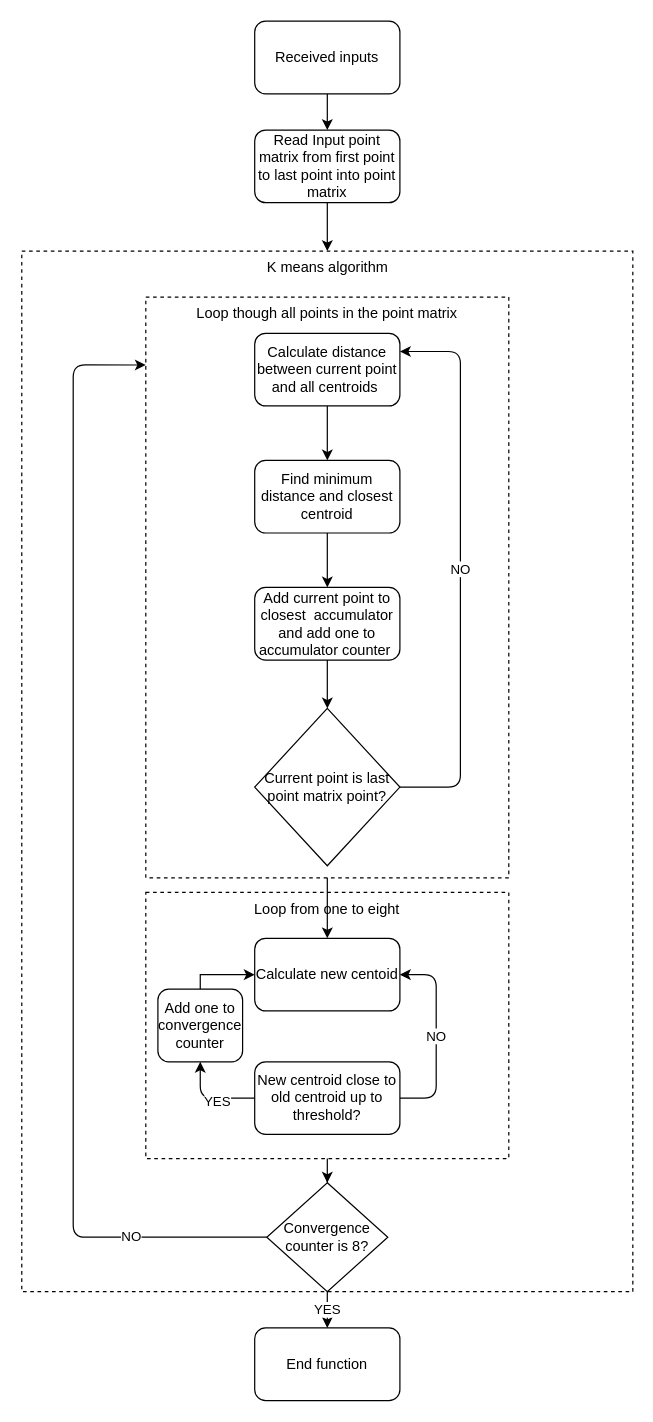
liotahuf/UVM_project keeps this draw.io diagram as ref model flow.drawio. Above is the earlier version. Source tidied: cells renumbered, new cells numbered last; positions are measured from the earlier drawing's top-left corner, leaving out a move shared by most shapes. Both pictures are drawn from the tidied source at 121%, with x=0, y=0 at pixel (22, 21).
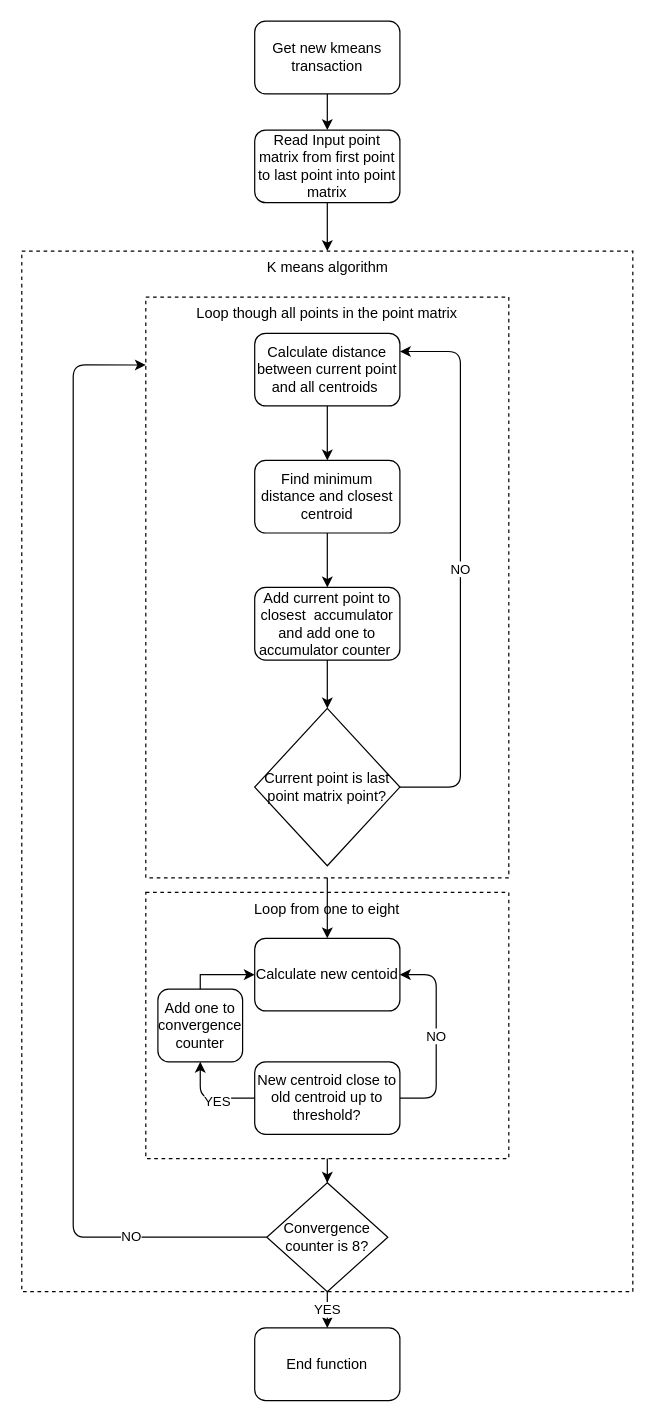
The same page after the edit.

Change to the diagram source:
```diff
@@
-    <mxCell id="8" value="Received inputs" style="rounded=1;whiteSpace=wrap;html=1;" parent="1" vertex="1">
+    <mxCell id="8" value="Get new kmeans transaction" style="rounded=1;whiteSpace=wrap;html=1;" parent="1" vertex="1">
       <mxGeometry x="192" width="120" height="60" as="geometry" />
     </mxCell>
```
